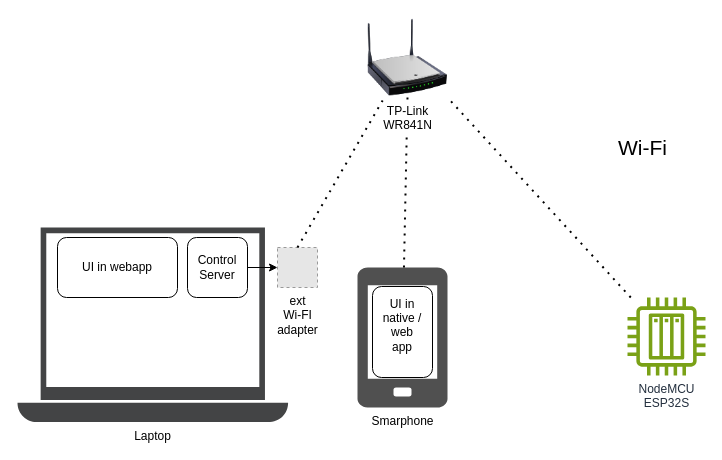
The draw.io diagram doc/thesis/figures/box_network.drawio in gombossb/thesis, before the edit. Source tidied: cells renumbered, new cells numbered last; positions are measured from the earlier drawing's top-left corner, leaving out a move shared by most shapes. Both pictures are drawn from the tidied source at 100%, with x=0, y=0 at pixel (17, 17). Pictures stored in the file or linked from it are replaced by grey dashed boxes.
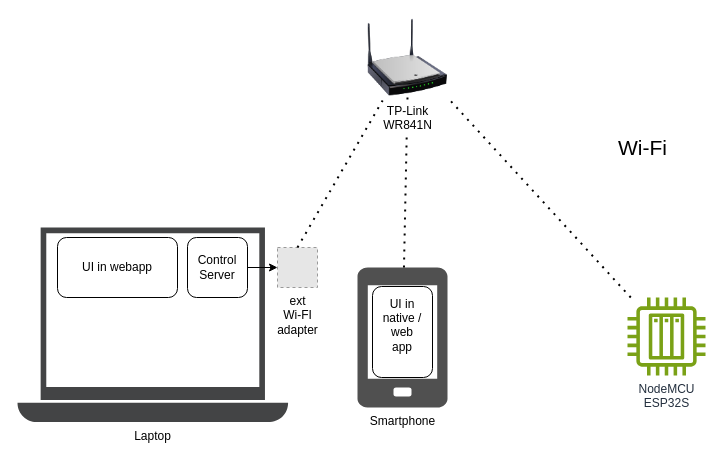
The same page after the edit.

What changed in the source:
```diff
@@
 <mxGraphModel>
   <root>
     <mxCell id="0" />
     <mxCell id="1" parent="0" />
     <mxCell id="2" style="group;" parent="1" vertex="1">
       <mxGeometry y="210" width="290" height="194.8" as="geometry" />
     </mxCell>
     <mxCell id="3" value="Laptop" style="sketch=0;shadow=0;dashed=0;html=1;strokeColor=none;fillColor=#434445;labelPosition=center;verticalLabelPosition=bottom;verticalAlign=top;align=center;shape=mxgraph.vvd.laptop;" parent="2" vertex="1">
       <mxGeometry width="270.6" height="194.8" as="geometry" />
     </mxCell>
     <mxCell id="4" value="ext&lt;br&gt;Wi-FI&lt;br&gt;adapter" style="fillColor=#E6E6E6;strokeColor=#999999;dashed=1;html=1;verticalAlign=top;verticalLabelPosition=bottom;labelBackgroundColor=#ffffff;" parent="2" vertex="1">
       <mxGeometry x="260" y="20" width="40" height="40" as="geometry" />
     </mxCell>
     <mxCell id="5" style="edgeStyle=orthogonalEdgeStyle;rounded=0;jettySize=auto;html=1;" parent="2" edge="1" source="6" target="4">
       <mxGeometry relative="1" as="geometry" />
     </mxCell>
     <mxCell id="6" value="Control Server" style="rounded=1;whiteSpace=wrap;html=1;" parent="2" vertex="1">
       <mxGeometry x="170" y="10" width="60" height="60" as="geometry" />
     </mxCell>
     <mxCell id="7" value="UI in webapp" style="rounded=1;whiteSpace=wrap;html=1;" parent="2" vertex="1">
       <mxGeometry x="40" y="10" width="120" height="60" as="geometry" />
     </mxCell>
-    <mxCell id="8" value="Smarphone" style="sketch=0;shadow=0;dashed=0;html=1;strokeColor=none;fillColor=#505050;labelPosition=center;verticalLabelPosition=bottom;verticalAlign=top;outlineConnect=0;align=center;shape=mxgraph.office.devices.cell_phone_generic;" parent="1" vertex="1">
+    <mxCell id="8" value="Smartphone" style="sketch=0;shadow=0;dashed=0;html=1;strokeColor=none;fillColor=#505050;labelPosition=center;verticalLabelPosition=bottom;verticalAlign=top;outlineConnect=0;align=center;shape=mxgraph.office.devices.cell_phone_generic;" parent="1" vertex="1">
       <mxGeometry x="340" y="250" width="90" height="140" as="geometry" />
     </mxCell>
     <mxCell id="9" value="NodeMCU&lt;br&gt;ESP32S" style="sketch=0;outlineConnect=0;fontColor=#232F3E;gradientColor=none;fillColor=#7AA116;strokeColor=none;dashed=0;verticalLabelPosition=bottom;verticalAlign=top;align=center;html=1;fontSize=12;fontStyle=0;shape=mxgraph.aws4.iot_thing_plc;" parent="1" vertex="1">
       <mxGeometry x="610" y="280" width="78" height="78" as="geometry" />
     </mxCell>
     <mxCell id="10" style="endArrow=none;dashed=1;html=1;dashPattern=1 3;strokeWidth=2;rounded=0;exitX=0.5;exitY=0;exitDx=0;exitDy=0;" parent="1" edge="1" source="4" target="12">
       <mxGeometry relative="1" as="geometry" />
     </mxCell>
     <mxCell id="11" style="endArrow=none;dashed=1;html=1;dashPattern=1 3;strokeWidth=2;rounded=0;entryX=0.5;entryY=1;entryDx=0;entryDy=0;" parent="1" edge="1" source="8" target="12">
       <mxGeometry relative="1" as="geometry" />
     </mxCell>
     <mxCell id="12" value="TP-Link&lt;br&gt;WR841N" style="image;html=1;image=img/lib/clip_art/networking/Wireless_Router_N_128x128.png;" parent="1" vertex="1">
       <mxGeometry x="350" width="80" height="80" as="geometry" />
     </mxCell>
     <mxCell id="13" value="UI in&lt;br&gt;native /&lt;br&gt;web&lt;br&gt;app&lt;div&gt;&lt;br/&gt;&lt;/div&gt;" style="rounded=1;whiteSpace=wrap;html=1;" parent="1" vertex="1">
       <mxGeometry x="355" y="269" width="60" height="91" as="geometry" />
     </mxCell>
     <mxCell id="14" style="endArrow=none;dashed=1;html=1;dashPattern=1 3;strokeWidth=2;rounded=0;entryX=1;entryY=1;entryDx=0;entryDy=0;" parent="1" edge="1" source="9" target="12">
       <mxGeometry relative="1" as="geometry" />
     </mxCell>
     <mxCell id="15" value="Wi-Fi" style="text;html=1;align=center;verticalAlign=middle;strokeColor=none;fillColor=none;fontSize=21;" parent="1" vertex="1">
       <mxGeometry x="590" y="110" width="70" height="40" as="geometry" />
     </mxCell>
   </root>
 </mxGraphModel>
```
